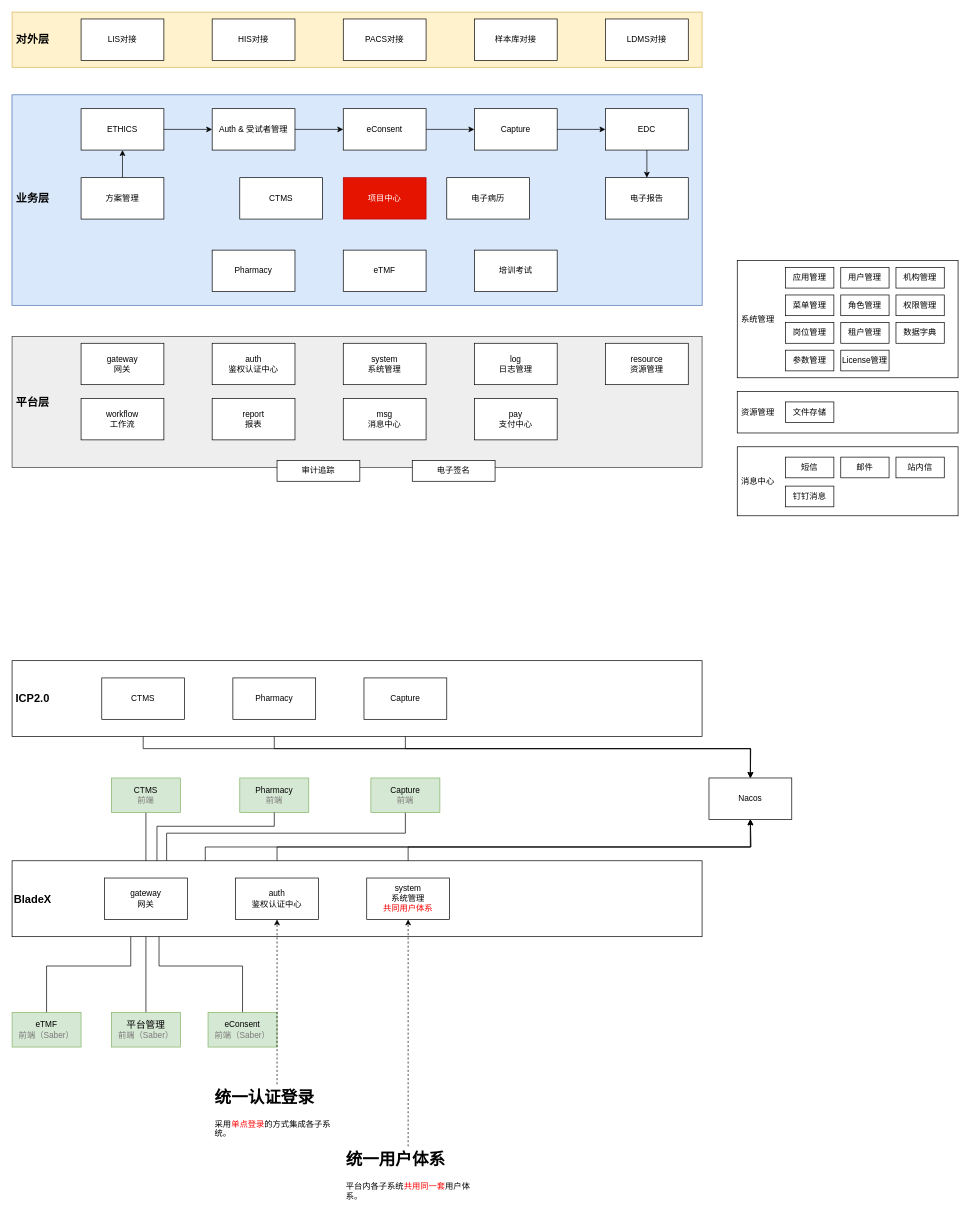
Earlier version of the draw.io diagram 平台一体化.drawio (tanhaican/drawio-diagrams). Source tidied: cells renumbered, new cells numbered last; positions are measured from the earlier drawing's top-left corner, leaving out a move shared by most shapes. Both pictures are drawn from the tidied source at 69%, with x=0, y=0 at pixel (12, 12).
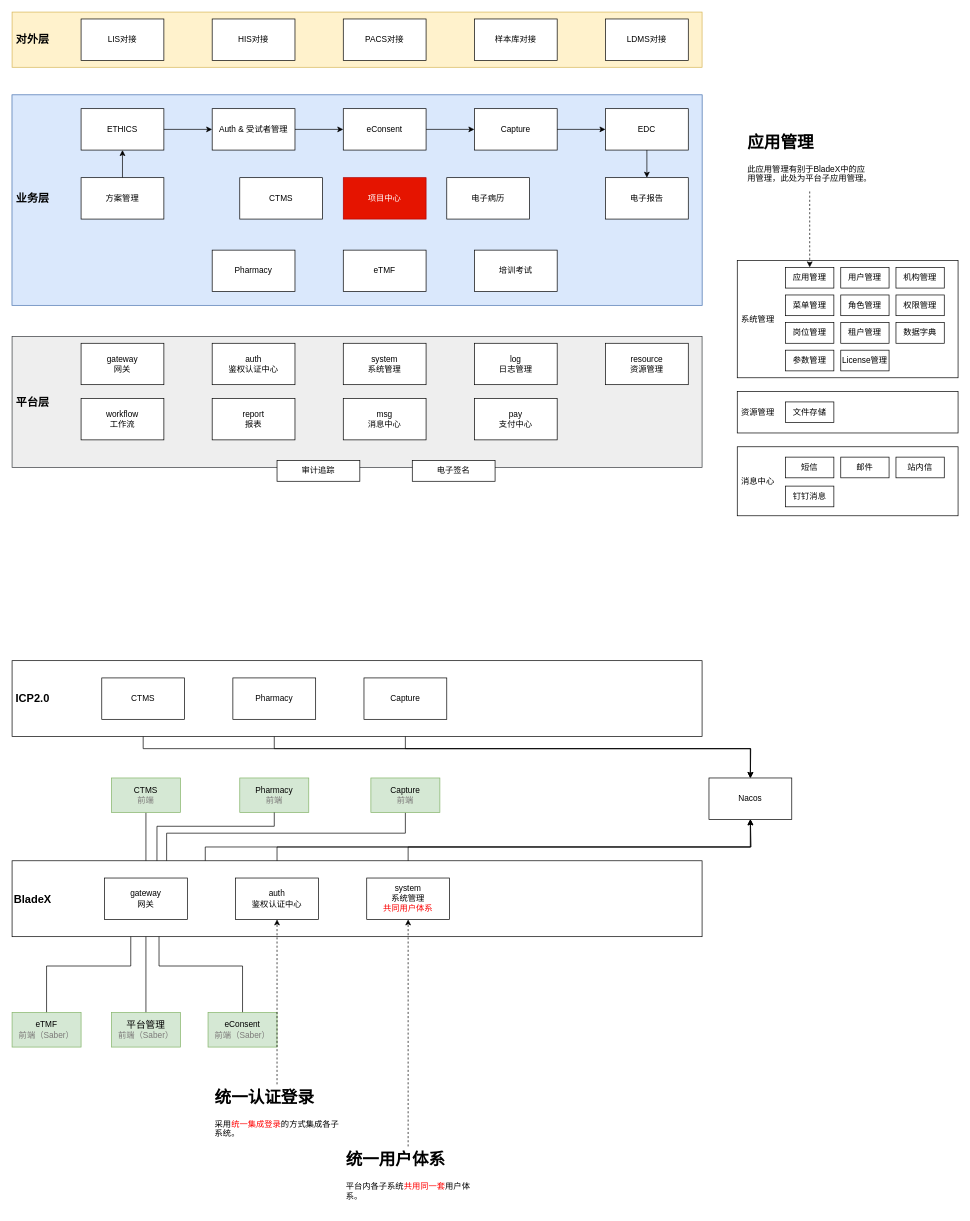
Above is the later version.

Commit message:
更新平台一体化.drawio

The change refers to these unchanged cells:
```xml
<mxCell id="16" value="应用管理" style="rounded=0;whiteSpace=wrap;html=1;" parent="13" vertex="1">
  <mxGeometry x="70" y="10" width="70" height="30" as="geometry" />
</mxCell>
```

Diff of the diagram source:
```diff
@@
-    <mxCell id="104" value="&lt;h1&gt;统一认证登录&lt;/h1&gt;&lt;p&gt;采用&lt;font color=&quot;#ff0000&quot;&gt;单点登录&lt;/font&gt;的方式集成各子系统。&lt;/p&gt;" style="text;html=1;strokeColor=none;fillColor=none;spacing=5;spacingTop=-20;whiteSpace=wrap;overflow=hidden;rounded=0;" parent="1" vertex="1">
+    <mxCell id="104" value="&lt;h1&gt;统一认证登录&lt;/h1&gt;&lt;p&gt;采用&lt;font color=&quot;#ff0000&quot;&gt;统一集成登录&lt;/font&gt;的方式集成各子系统。&lt;/p&gt;" style="text;html=1;strokeColor=none;fillColor=none;spacing=5;spacingTop=-20;whiteSpace=wrap;overflow=hidden;rounded=0;" parent="1" vertex="1">
       <mxGeometry x="289" y="1554" width="190" height="90" as="geometry" />
     </mxCell>
@@
+    <mxCell id="107" value="&lt;h1&gt;应用管理&lt;/h1&gt;&lt;p&gt;此应用管理有别于BladeX中的应用管理，此处为平台子应用管理。&lt;/p&gt;" style="text;html=1;strokeColor=none;fillColor=none;spacing=5;spacingTop=-20;whiteSpace=wrap;overflow=hidden;rounded=0;" parent="1" vertex="1">
+      <mxGeometry x="1061" y="170" width="190" height="90" as="geometry" />
+    </mxCell>
+    <mxCell id="108" style="edgeStyle=orthogonalEdgeStyle;rounded=0;jettySize=auto;html=1;dashed=1;" parent="1" edge="1" source="107" target="16">
+      <mxGeometry relative="1" as="geometry" />
+    </mxCell>
```
